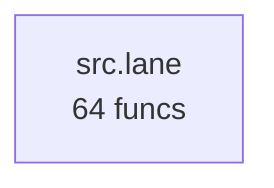
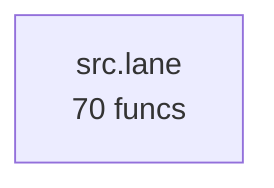
flowchart TD
%% generated in 0.00s
-     src__lane["src.lane<br/>64 funcs"]
+     src__lane["src.lane<br/>70 funcs"]
